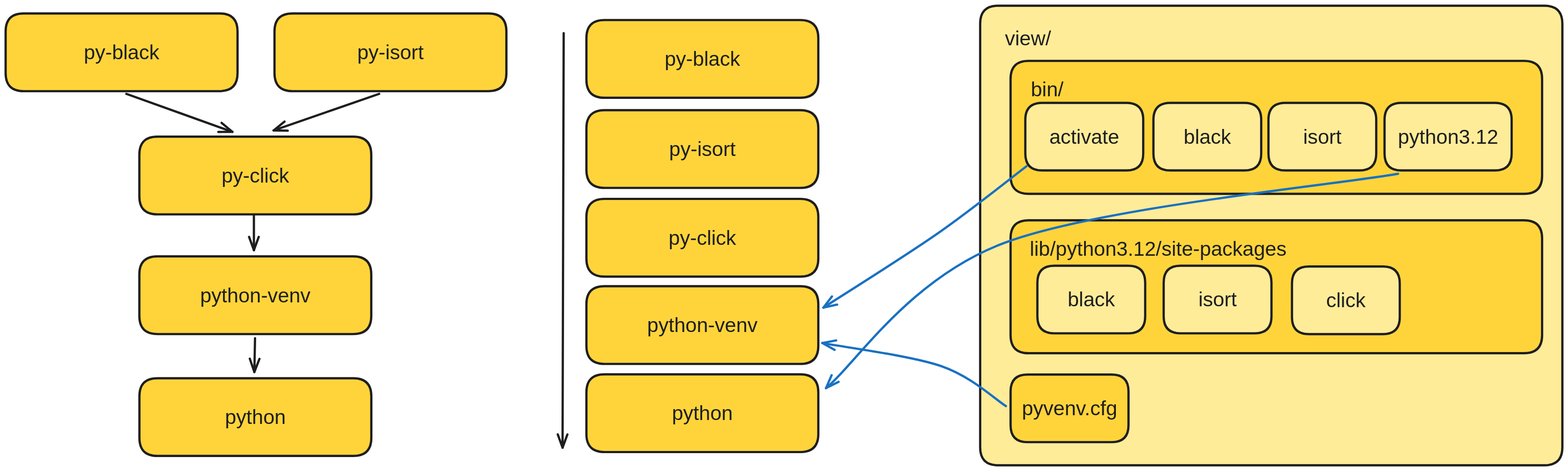
Earlier version of the Excalidraw export dist/images/create-view-venv.svg (spack/spack-cscs2024). Source tidied: one line per element, renumbered; positions are measured from the earlier drawing's top-left corner, leaving out a move shared by most shapes.
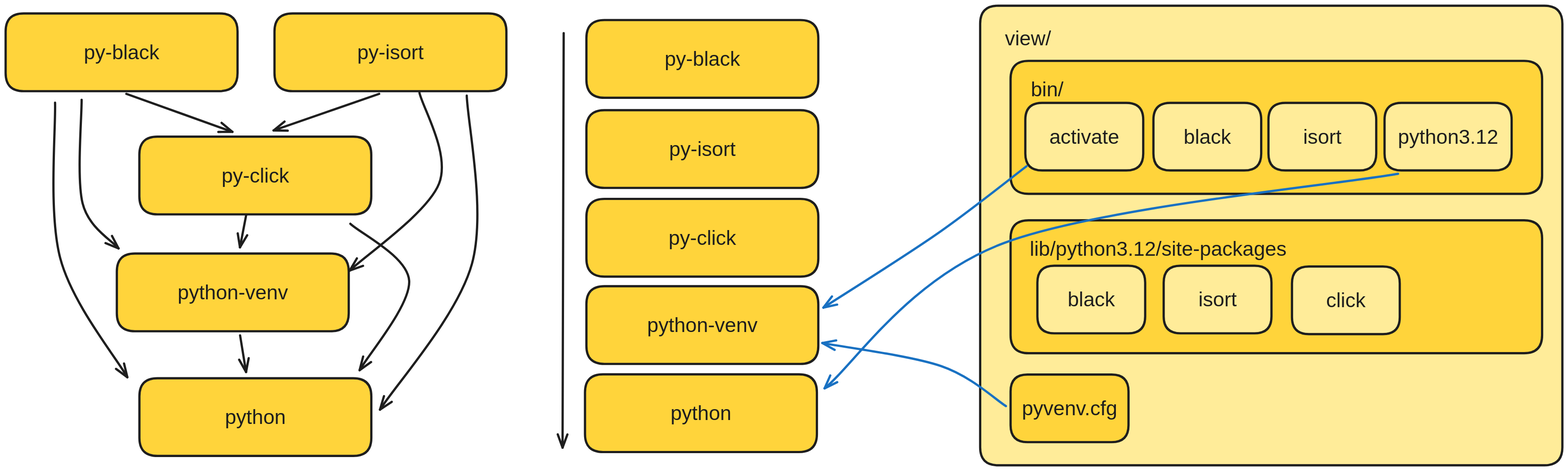
Above is the later version.

Diff of the diagram source:
```diff
@@ -4,11 +4,11 @@
 {"id": 3, "type": "text", "text": "py-isort", "strokeColor": "#1e1e1e", "backgroundColor": "#ffffff", "fillStyle": "hachure", "strokeWidth": 1, "roughness": 0, "fontSize": 36, "fontFamily": 2, "textAlign": "center", "verticalAlign": "middle", "inside": 2, "x": 624, "y": 62, "width": 118, "height": 41}
 {"id": 4, "type": "rectangle", "strokeColor": "#1e1e1e", "backgroundColor": "#ffd43b", "fillStyle": "solid", "strokeWidth": 4, "roughness": 0, "round": true, "x": 237, "y": 232, "width": 412, "height": 138}
 {"id": 5, "type": "text", "text": "py-click", "strokeColor": "#1e1e1e", "backgroundColor": "#ffffff", "fillStyle": "hachure", "strokeWidth": 1, "roughness": 0, "fontSize": 36, "fontFamily": 2, "textAlign": "center", "verticalAlign": "middle", "inside": 4, "x": 383, "y": 281, "width": 120, "height": 41}
-{"id": 6, "type": "rectangle", "strokeColor": "#1e1e1e", "backgroundColor": "#ffd43b", "fillStyle": "solid", "strokeWidth": 4, "roughness": 0, "round": true, "x": 237, "y": 445, "width": 412, "height": 138}
+{"id": 6, "type": "rectangle", "strokeColor": "#1e1e1e", "backgroundColor": "#ffd43b", "fillStyle": "solid", "strokeWidth": 4, "roughness": 0, "round": true, "x": 197, "y": 440, "width": 412, "height": 138}
-{"id": 7, "type": "text", "text": "python-venv", "strokeColor": "#1e1e1e", "backgroundColor": "#ffffff", "fillStyle": "hachure", "strokeWidth": 1, "roughness": 0, "fontSize": 36, "fontFamily": 2, "textAlign": "center", "verticalAlign": "middle", "inside": 6, "x": 345, "y": 493, "width": 196, "height": 41}
+{"id": 7, "type": "text", "text": "python-venv", "strokeColor": "#1e1e1e", "backgroundColor": "#ffffff", "fillStyle": "hachure", "strokeWidth": 1, "roughness": 0, "fontSize": 36, "fontFamily": 2, "textAlign": "center", "verticalAlign": "middle", "inside": 6, "x": 305, "y": 488, "width": 196, "height": 41}
 {"id": 8, "type": "arrow", "strokeColor": "#1e1e1e", "backgroundColor": "#ffd43b", "fillStyle": "solid", "strokeWidth": 4, "roughness": 0, "endArrowhead": "arrow", "round": true, "from": 0, "to": 4, "x": 214, "y": 156, "width": 188, "height": 68, "points": [[0, 0], [188, 68]]}
 {"id": 9, "type": "arrow", "strokeColor": "#1e1e1e", "backgroundColor": "#ffd43b", "fillStyle": "solid", "strokeWidth": 4, "roughness": 0, "endArrowhead": "arrow", "round": true, "from": 2, "to": 4, "x": 663, "y": 156, "width": 188, "height": 65, "points": [[0, 0], [-188, 65]]}
-{"id": 10, "type": "arrow", "strokeColor": "#1e1e1e", "backgroundColor": "#ffd43b", "fillStyle": "solid", "strokeWidth": 4, "roughness": 0, "endArrowhead": "arrow", "round": true, "from": 4, "to": 6, "x": 441, "y": 372, "width": 0, "height": 62, "points": [[0, 0], [0, 62]]}
+{"id": 10, "type": "arrow", "strokeColor": "#1e1e1e", "backgroundColor": "#ffd43b", "fillStyle": "solid", "strokeWidth": 4, "roughness": 0, "endArrowhead": "arrow", "round": true, "from": 4, "to": 6, "x": 427, "y": 372, "width": 11, "height": 58, "points": [[0, 0], [-11, 58]]}
 {"id": 11, "type": "rectangle", "strokeColor": "#1e1e1e", "backgroundColor": "#ffd43b", "fillStyle": "solid", "strokeWidth": 4, "roughness": 0, "round": true, "x": 1031, "y": 25, "width": 412, "height": 138}
 {"id": 12, "type": "text", "text": "py-black", "strokeColor": "#1e1e1e", "backgroundColor": "#ffffff", "fillStyle": "hachure", "strokeWidth": 1, "roughness": 0, "fontSize": 36, "fontFamily": 2, "textAlign": "center", "verticalAlign": "middle", "inside": 11, "x": 1170, "y": 74, "width": 134, "height": 41}
 {"id": 13, "type": "rectangle", "strokeColor": "#1e1e1e", "backgroundColor": "#ffd43b", "fillStyle": "solid", "strokeWidth": 4, "roughness": 0, "round": true, "x": 1031, "y": 186, "width": 412, "height": 138}
@@ -36,15 +36,20 @@
 {"id": 35, "type": "text", "text": "click", "strokeColor": "#1e1e1e", "backgroundColor": "#ffec99", "fillStyle": "solid", "strokeWidth": 4, "roughness": 0, "fontSize": 36, "fontFamily": 2, "textAlign": "center", "verticalAlign": "middle", "inside": 34, "x": 2345, "y": 502, "width": 70, "height": 41}
 {"id": 36, "type": "rectangle", "strokeColor": "#1e1e1e", "backgroundColor": "#ffec99", "fillStyle": "solid", "strokeWidth": 4, "roughness": 0, "round": true, "x": 2449, "y": 173, "width": 226, "height": 120}
 {"id": 37, "type": "text", "text": "python3.12", "strokeColor": "#1e1e1e", "backgroundColor": "#ffec99", "fillStyle": "solid", "strokeWidth": 4, "roughness": 0, "fontSize": 36, "fontFamily": 2, "textAlign": "center", "verticalAlign": "middle", "inside": 36, "x": 2473, "y": 212, "width": 178, "height": 41}
-{"id": 38, "type": "arrow", "strokeColor": "#1971c2", "backgroundColor": "#ffec99", "fillStyle": "solid", "strokeWidth": 4, "roughness": 0, "endArrowhead": "arrow", "round": true, "from": 36, "to": 42, "x": 2473, "y": 298, "width": 1016, "height": 380, "points": [[0, 0], [-699, 123], [-1016, 380]]}
+{"id": 38, "type": "arrow", "strokeColor": "#1971c2", "backgroundColor": "#ffec99", "fillStyle": "solid", "strokeWidth": 4, "roughness": 0, "endArrowhead": "arrow", "round": true, "from": 36, "to": 42, "x": 2473, "y": 298, "width": 1018, "height": 381, "points": [[0, 0], [-699, 123], [-1018, 381]]}
 {"id": 39, "type": "rectangle", "strokeColor": "#1e1e1e", "backgroundColor": "#ffd43b", "fillStyle": "solid", "strokeWidth": 4, "roughness": 0, "round": true, "x": 238, "y": 661, "width": 412, "height": 138}
 {"id": 40, "type": "text", "text": "python", "strokeColor": "#1e1e1e", "backgroundColor": "#ffffff", "fillStyle": "hachure", "strokeWidth": 1, "roughness": 0, "fontSize": 36, "fontFamily": 2, "textAlign": "center", "verticalAlign": "middle", "inside": 39, "x": 390, "y": 710, "width": 108, "height": 41}
-{"id": 41, "type": "arrow", "strokeColor": "#1e1e1e", "backgroundColor": "#ffd43b", "fillStyle": "solid", "strokeWidth": 4, "roughness": 0, "endArrowhead": "arrow", "round": true, "from": 6, "to": 39, "x": 443, "y": 590, "width": 1, "height": 60, "points": [[0, 0], [-1, 60]]}
+{"id": 41, "type": "arrow", "strokeColor": "#1e1e1e", "backgroundColor": "#ffd43b", "fillStyle": "solid", "strokeWidth": 4, "roughness": 0, "endArrowhead": "arrow", "round": true, "from": 6, "to": 39, "x": 416, "y": 585, "width": 11, "height": 65, "points": [[0, 0], [11, 65]]}
-{"id": 42, "type": "rectangle", "strokeColor": "#1e1e1e", "backgroundColor": "#ffd43b", "fillStyle": "solid", "strokeWidth": 4, "roughness": 0, "round": true, "x": 1031, "y": 654, "width": 412, "height": 138}
+{"id": 42, "type": "rectangle", "strokeColor": "#1e1e1e", "backgroundColor": "#ffd43b", "fillStyle": "solid", "strokeWidth": 4, "roughness": 0, "round": true, "x": 1029, "y": 654, "width": 412, "height": 138}
-{"id": 43, "type": "text", "text": "python", "strokeColor": "#1e1e1e", "backgroundColor": "#ffffff", "fillStyle": "hachure", "strokeWidth": 1, "roughness": 0, "fontSize": 36, "fontFamily": 2, "textAlign": "center", "verticalAlign": "middle", "inside": 42, "x": 1183, "y": 703, "width": 108, "height": 41}
+{"id": 43, "type": "text", "text": "python", "strokeColor": "#1e1e1e", "backgroundColor": "#ffffff", "fillStyle": "hachure", "strokeWidth": 1, "roughness": 0, "fontSize": 36, "fontFamily": 2, "textAlign": "center", "verticalAlign": "middle", "inside": 42, "x": 1181, "y": 703, "width": 108, "height": 41}
 {"id": 44, "type": "rectangle", "strokeColor": "#1e1e1e", "backgroundColor": "#ffd43b", "fillStyle": "solid", "strokeWidth": 4, "roughness": 0, "round": true, "x": 1785, "y": 655, "width": 209, "height": 120}
 {"id": 45, "type": "text", "text": "pyvenv.cfg", "strokeColor": "#1e1e1e", "backgroundColor": "#ffec99", "fillStyle": "solid", "strokeWidth": 4, "roughness": 0, "fontSize": 36, "fontFamily": 2, "textAlign": "center", "verticalAlign": "middle", "inside": 44, "x": 1803, "y": 694, "width": 172, "height": 41}
 {"id": 46, "type": "arrow", "strokeColor": "#1971c2", "backgroundColor": "#ffd43b", "fillStyle": "solid", "strokeWidth": 4, "roughness": 0, "endArrowhead": "arrow", "round": true, "from": 44, "to": 17, "x": 1777, "y": 711, "width": 326, "height": 112, "points": [[0, 0], [-115, -71], [-326, -112]]}
 {"id": 47, "type": "rectangle", "strokeColor": "#1e1e1e", "backgroundColor": "#ffec99", "fillStyle": "solid", "strokeWidth": 4, "roughness": 0, "round": true, "x": 1811, "y": 173, "width": 209, "height": 120}
 {"id": 48, "type": "text", "text": "activate", "strokeColor": "#1e1e1e", "backgroundColor": "#ffec99", "fillStyle": "solid", "strokeWidth": 4, "roughness": 0, "fontSize": 36, "fontFamily": 2, "textAlign": "center", "verticalAlign": "middle", "inside": 47, "x": 1854, "y": 212, "width": 124, "height": 41}
 {"id": 49, "type": "arrow", "strokeColor": "#1971c2", "backgroundColor": "#ffec99", "fillStyle": "solid", "strokeWidth": 4, "roughness": 0, "endArrowhead": "arrow", "round": true, "from": 47, "to": 17, "x": 1813, "y": 285, "width": 361, "height": 251, "points": [[0, 0], [-159, 120], [-361, 251]]}
+{"id": 50, "type": "arrow", "strokeColor": "#1e1e1e", "backgroundColor": "#ffd43b", "fillStyle": "solid", "strokeWidth": 4, "roughness": 0, "endArrowhead": "arrow", "round": true, "from": 0, "to": 6, "x": 135, "y": 167, "width": 66, "height": 264, "points": [[0, 0], [2, 184], [66, 264]]}
+{"id": 51, "type": "arrow", "strokeColor": "#1e1e1e", "backgroundColor": "#ffd43b", "fillStyle": "solid", "strokeWidth": 4, "roughness": 0, "endArrowhead": "arrow", "round": true, "from": 2, "to": 6, "x": 735, "y": 155, "width": 159, "height": 316, "points": [[0, 0], [35, 161], [-124, 316]]}
+{"id": 52, "type": "arrow", "strokeColor": "#1e1e1e", "backgroundColor": "#ffd43b", "fillStyle": "solid", "strokeWidth": 4, "roughness": 0, "endArrowhead": "arrow", "round": true, "from": 0, "to": 39, "x": 88, "y": 172, "width": 128, "height": 488, "points": [[0, 0], [9, 276], [128, 488]]}
+{"id": 53, "type": "arrow", "strokeColor": "#1e1e1e", "backgroundColor": "#ffd43b", "fillStyle": "solid", "strokeWidth": 4, "roughness": 0, "endArrowhead": "arrow", "round": true, "from": 2, "to": 39, "x": 819, "y": 160, "width": 163, "height": 558, "points": [[0, 0], [9, 299], [-154, 558]]}
+{"id": 54, "type": "arrow", "strokeColor": "#1e1e1e", "backgroundColor": "#ffd43b", "fillStyle": "solid", "strokeWidth": 4, "roughness": 0, "endArrowhead": "arrow", "round": true, "from": 4, "to": 39, "x": 612, "y": 387, "width": 104, "height": 260, "points": [[0, 0], [104, 101], [16, 260]]}
```
